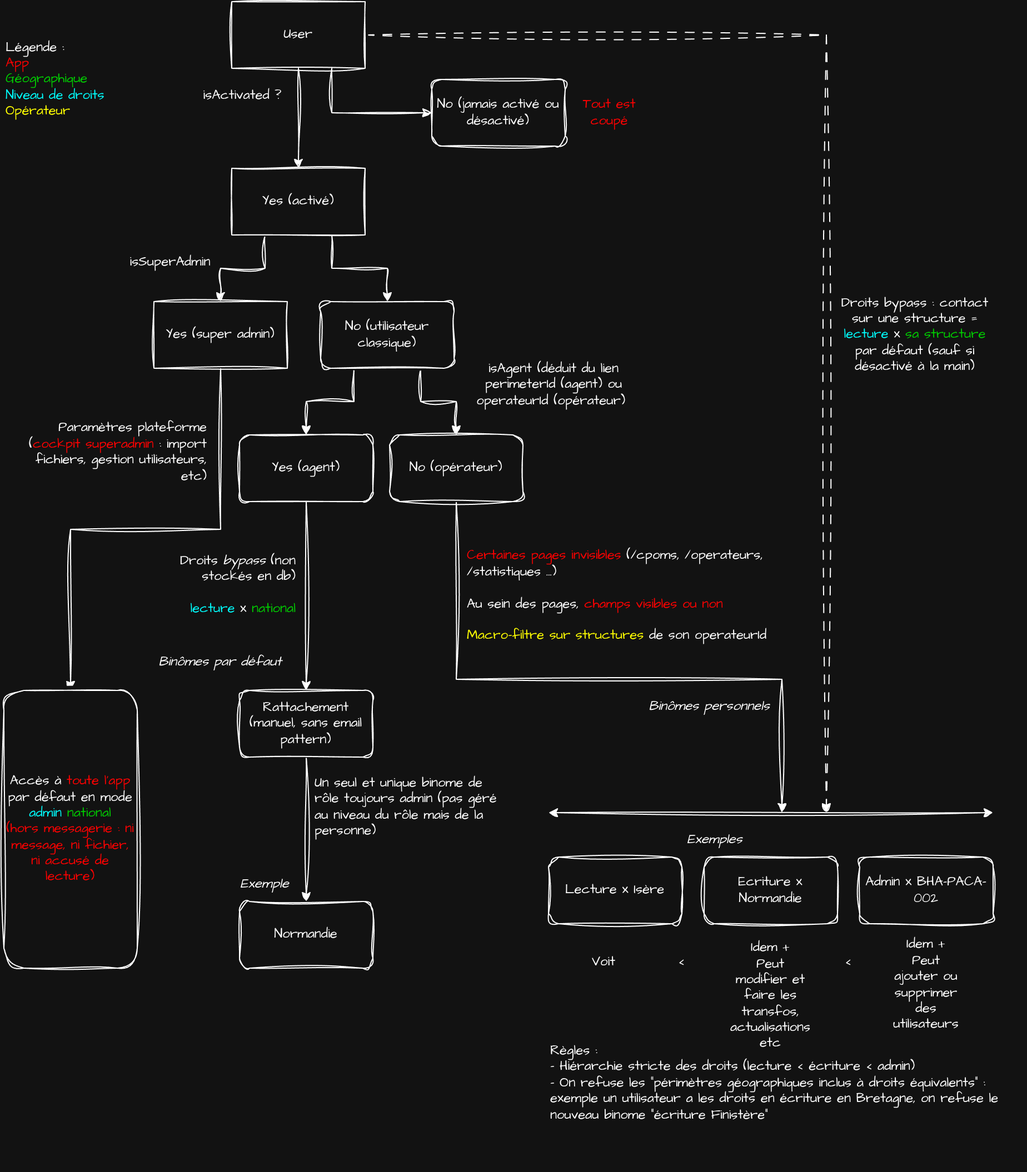
betagouv/bhasile keeps this draw.io diagram as docs/perimeters_and_grants.png. Above is the earlier version. Source tidied: cells renumbered, new cells last; positions are measured from the earlier drawing's top-left corner, leaving out a move shared by most shapes.
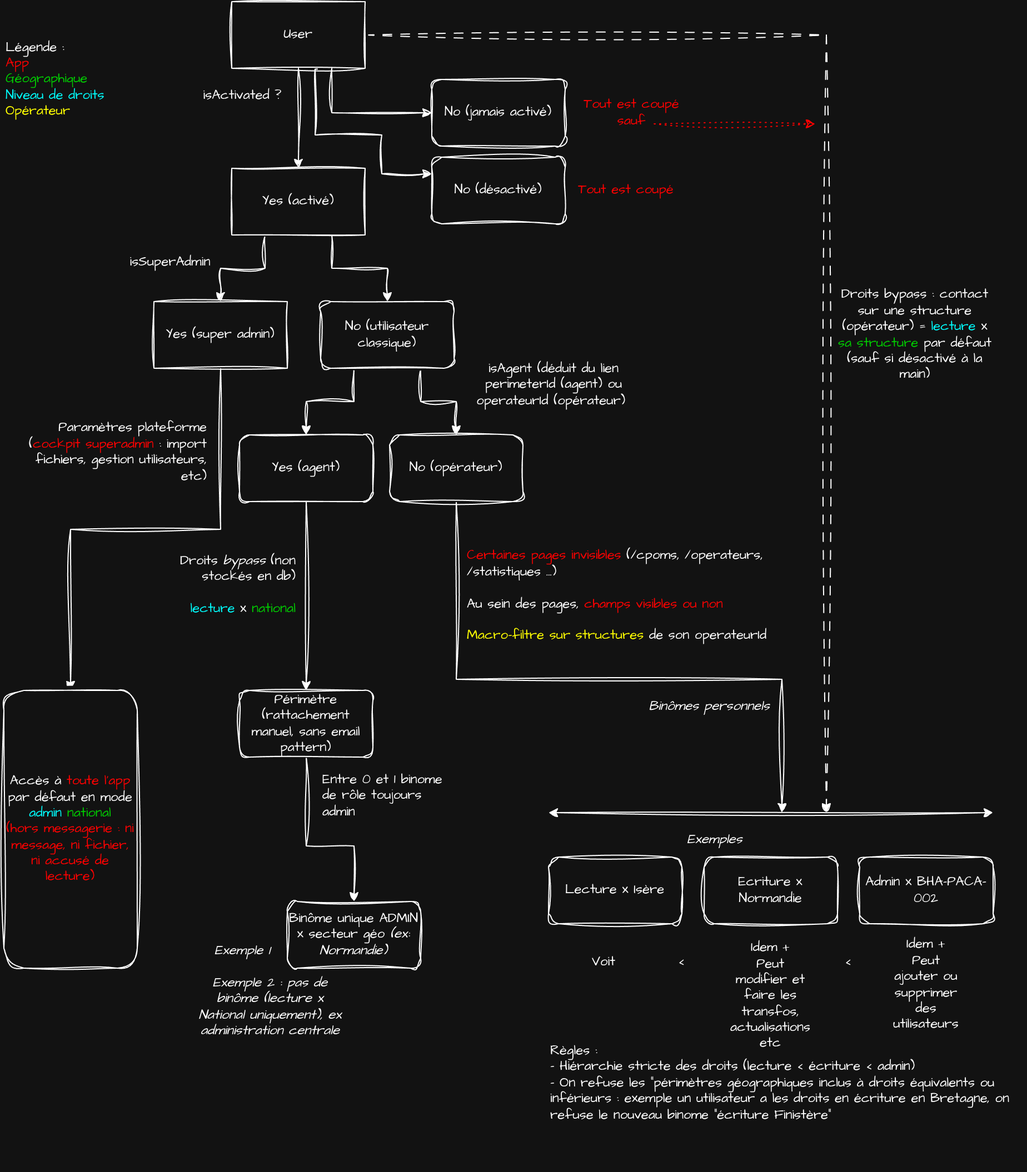
After the change.

Change to the diagram source:
```diff
@@ -20,13 +20,13 @@
     <mxCell id="7" value="&lt;div&gt;&lt;span style=&quot;font-variant-ligatures: normal; font-variant-caps: normal; letter-spacing: normal; orphans: 2; text-indent: 0px; text-transform: none; widows: 2; word-spacing: 0px; -webkit-text-stroke-width: 0px; white-space: normal; float: none; display: inline !important;&quot;&gt;Paramètres plateforme (&lt;span style=&quot;color: light-dark(rgb(0, 0, 0), rgb(255, 0, 0));&quot;&gt;cockpit superadmin &lt;/span&gt;&lt;span style=&quot;color: rgb(0, 0, 0);&quot;&gt;:&lt;/span&gt;&amp;nbsp;import fichiers, gestion utilisateurs, etc)&lt;/span&gt;&lt;/div&gt;&lt;span style=&quot;font-variant-ligatures: normal; font-variant-caps: normal; letter-spacing: normal; orphans: 2; text-indent: 0px; text-transform: none; widows: 2; word-spacing: 0px; -webkit-text-stroke-width: 0px; white-space: normal; float: none; display: inline !important;&quot;&gt;&lt;div&gt;&lt;span style=&quot;font-variant-ligatures: normal; font-variant-caps: normal; letter-spacing: normal; orphans: 2; text-indent: 0px; text-transform: none; widows: 2; word-spacing: 0px; -webkit-text-stroke-width: 0px; white-space: normal; float: none; display: inline !important;&quot;&gt;&lt;br&gt;&lt;/span&gt;&lt;/div&gt;&lt;br&gt;&lt;/span&gt;" style="text;whiteSpace=wrap;html=1;fontFamily=Architects Daughter;fontSource=https%3A%2F%2Ffonts.googleapis.com%2Fcss%3Ffamily%3DArchitects%2BDaughter;align=right;fontSize=12;fontColor=default;fontStyle=0;verticalAlign=middle;" parent="1" vertex="1">
       <mxGeometry x="10" y="400" width="175" height="40" as="geometry" />
     </mxCell>
-    <mxCell id="8" value="&lt;i&gt;Exemple&lt;/i&gt;" style="text;html=1;whiteSpace=wrap;strokeColor=none;fillColor=none;align=center;verticalAlign=middle;rounded=0;fontFamily=Architects Daughter;fontSource=https%3A%2F%2Ffonts.googleapis.com%2Fcss%3Ffamily%3DArchitects%2BDaughter;" parent="1" vertex="1">
-      <mxGeometry x="205" y="780" width="60" height="30" as="geometry" />
+    <mxCell id="8" value="&lt;i&gt;Exemple 1&lt;/i&gt;" style="text;html=1;whiteSpace=wrap;strokeColor=none;fillColor=none;align=center;verticalAlign=middle;rounded=0;fontFamily=Architects Daughter;fontSource=https%3A%2F%2Ffonts.googleapis.com%2Fcss%3Ffamily%3DArchitects%2BDaughter;" parent="1" vertex="1">
+      <mxGeometry x="185" y="840" width="60" height="30" as="geometry" />
     </mxCell>
-    <mxCell id="9" value="Normandie" style="rounded=1;whiteSpace=wrap;html=1;roundedPerimeter=1;sketch=1;hachureGap=4;jiggle=2;curveFitting=1;fontFamily=Architects Daughter;fontSource=https%3A%2F%2Ffonts.googleapis.com%2Fcss%3Ffamily%3DArchitects%2BDaughter;" parent="1" vertex="1">
-      <mxGeometry x="212" y="810" width="120" height="60" as="geometry" />
+    <mxCell id="9" value="Binôme unique ADMIN x secteur géo &lt;i&gt;(ex: Normandie)&lt;/i&gt;" style="rounded=1;whiteSpace=wrap;html=1;roundedPerimeter=1;sketch=1;hachureGap=4;jiggle=2;curveFitting=1;fontFamily=Architects Daughter;fontSource=https%3A%2F%2Ffonts.googleapis.com%2Fcss%3Ffamily%3DArchitects%2BDaughter;" parent="1" vertex="1">
+      <mxGeometry x="255" y="810" width="120" height="60" as="geometry" />
     </mxCell>
-    <mxCell id="10" value="Règles :&amp;nbsp;&lt;div&gt;- Hiérarchie stricte des droits (lecture &amp;lt; écriture &amp;lt; admin)&lt;/div&gt;&lt;div&gt;- On refuse les &quot;périmètres géographiques inclus à droits équivalents&quot; : exemple un utilisateur a les droits en écriture en Bretagne, on refuse le nouveau binome &quot;écriture Finistère&quot;&lt;/div&gt;&lt;div&gt;&lt;br&gt;&lt;/div&gt;&lt;div&gt;&lt;br&gt;&lt;/div&gt;&lt;div&gt;&lt;br&gt;&lt;/div&gt;" style="text;html=1;whiteSpace=wrap;strokeColor=none;fillColor=none;align=left;verticalAlign=middle;rounded=0;fontFamily=Architects Daughter;fontSource=https%3A%2F%2Ffonts.googleapis.com%2Fcss%3Ffamily%3DArchitects%2BDaughter;" parent="1" vertex="1">
+    <mxCell id="10" value="Règles :&amp;nbsp;&lt;div&gt;- Hiérarchie stricte des droits (lecture &amp;lt; écriture &amp;lt; admin)&lt;/div&gt;&lt;div&gt;- On refuse les &quot;périmètres géographiques inclus à droits équivalents ou inférieurs : exemple un utilisateur a les droits en écriture en Bretagne, on refuse le nouveau binome &quot;écriture Finistère&quot;&lt;/div&gt;&lt;div&gt;&lt;br&gt;&lt;/div&gt;&lt;div&gt;&lt;br&gt;&lt;/div&gt;&lt;div&gt;&lt;br&gt;&lt;/div&gt;" style="text;html=1;whiteSpace=wrap;strokeColor=none;fillColor=none;align=left;verticalAlign=middle;rounded=0;fontFamily=Architects Daughter;fontSource=https%3A%2F%2Ffonts.googleapis.com%2Fcss%3Ffamily%3DArchitects%2BDaughter;" parent="1" vertex="1">
       <mxGeometry x="490" y="970" width="430" height="50" as="geometry" />
     </mxCell>
     <mxCell id="11" value="&lt;span style=&quot;color: light-dark(rgb(0, 0, 0), rgb(255, 0, 0));&quot;&gt;Certaines pages invisibles&lt;/span&gt; (/cpoms, /operateurs, /statistiques ...)&lt;div&gt;&lt;br&gt;&lt;/div&gt;&lt;span style=&quot;background-color: transparent; color: light-dark(#000000, var(--ge-light-color, #ffffff));&quot;&gt;Au sein des pages, &lt;/span&gt;&lt;span style=&quot;background-color: transparent; color: light-dark(rgb(0, 0, 0), rgb(255, 0, 0));&quot;&gt;champs visibles ou non&lt;/span&gt;&lt;div&gt;&lt;br&gt;&lt;/div&gt;&lt;div&gt;&lt;span style=&quot;color: light-dark(rgb(0, 0, 0), rgb(255, 255, 0));&quot;&gt;Macro-filtre sur structures&lt;/span&gt; de son operateurId&lt;/div&gt;" style="text;html=1;whiteSpace=wrap;strokeColor=none;fillColor=none;align=left;verticalAlign=middle;rounded=0;fontFamily=Architects Daughter;fontSource=https%3A%2F%2Ffonts.googleapis.com%2Fcss%3Ffamily%3DArchitects%2BDaughter;" parent="1" vertex="1">
@@ -46,14 +46,24 @@
         <mxPoint x="740" y="730" as="targetPoint" />
       </mxGeometry>
     </mxCell>
+    <mxCell id="47" style="edgeStyle=orthogonalEdgeStyle;rounded=0;sketch=1;hachureGap=4;jiggle=2;curveFitting=1;jettySize=auto;html=1;exitX=0.642;exitY=1.011;exitDx=0;exitDy=0;entryX=0;entryY=0.25;entryDx=0;entryDy=0;fontFamily=Architects Daughter;fontSource=https%3A%2F%2Ffonts.googleapis.com%2Fcss%3Ffamily%3DArchitects%2BDaughter;defaultLabelBackgroundColor=page;exitPerimeter=0;" parent="1" edge="1" source="16" target="49">
+      <mxGeometry x="0.14" relative="1" as="geometry">
+        <Array as="points">
+          <mxPoint x="280" y="60.7" />
+          <mxPoint x="280" y="120" />
+          <mxPoint x="340" y="120" />
+          <mxPoint x="340" y="155" />
+        </Array>
+      </mxGeometry>
+    </mxCell>
     <mxCell id="16" value="User" style="rounded=0;whiteSpace=wrap;html=1;sketch=1;hachureGap=4;jiggle=2;curveFitting=1;fontFamily=Architects Daughter;fontSource=https%3A%2F%2Ffonts.googleapis.com%2Fcss%3Ffamily%3DArchitects%2BDaughter;" parent="1" vertex="1">
       <mxGeometry x="205" width="120" height="60" as="geometry" />
     </mxCell>
-    <mxCell id="17" value="No (jamais activé ou désactivé)" style="rounded=1;whiteSpace=wrap;html=1;roundedPerimeter=1;sketch=1;hachureGap=4;jiggle=2;curveFitting=1;fontFamily=Architects Daughter;fontSource=https%3A%2F%2Ffonts.googleapis.com%2Fcss%3Ffamily%3DArchitects%2BDaughter;" parent="1" vertex="1">
+    <mxCell id="17" value="No (jamais activé)" style="rounded=1;whiteSpace=wrap;html=1;roundedPerimeter=1;sketch=1;hachureGap=4;jiggle=2;curveFitting=1;fontFamily=Architects Daughter;fontSource=https%3A%2F%2Ffonts.googleapis.com%2Fcss%3Ffamily%3DArchitects%2BDaughter;" parent="1" vertex="1">
       <mxGeometry x="385" y="70" width="120" height="60" as="geometry" />
     </mxCell>
-    <mxCell id="18" value="Tout est coupé" style="text;html=1;whiteSpace=wrap;strokeColor=none;fillColor=none;align=center;verticalAlign=middle;rounded=0;fontFamily=Architects Daughter;fontSource=https%3A%2F%2Ffonts.googleapis.com%2Fcss%3Ffamily%3DArchitects%2BDaughter;fontColor=light-dark(#000000,#FF0000);" parent="1" vertex="1">
-      <mxGeometry x="515" y="85" width="60" height="30" as="geometry" />
+    <mxCell id="18" value="Tout est coupé sauf" style="text;html=1;whiteSpace=wrap;strokeColor=none;fillColor=none;align=center;verticalAlign=middle;rounded=0;fontFamily=Architects Daughter;fontSource=https%3A%2F%2Ffonts.googleapis.com%2Fcss%3Ffamily%3DArchitects%2BDaughter;fontColor=light-dark(#000000,#FF0000);" parent="1" vertex="1">
+      <mxGeometry x="515" y="85" width="100" height="30" as="geometry" />
     </mxCell>
     <mxCell id="19" style="edgeStyle=orthogonalEdgeStyle;rounded=0;sketch=1;hachureGap=4;jiggle=2;curveFitting=1;jettySize=auto;html=1;exitX=0.5;exitY=1;exitDx=0;exitDy=0;entryX=0.5;entryY=0;entryDx=0;entryDy=0;fontFamily=Architects Daughter;fontSource=https%3A%2F%2Ffonts.googleapis.com%2Fcss%3Ffamily%3DArchitects%2BDaughter;defaultLabelBackgroundColor=page;" parent="1" edge="1" source="20" target="32">
       <mxGeometry relative="1" as="geometry" />
@@ -98,14 +108,16 @@
       <mxGeometry y="620" width="120" height="250" as="geometry" />
     </mxCell>
     <mxCell id="31" style="edgeStyle=orthogonalEdgeStyle;rounded=0;sketch=1;hachureGap=4;jiggle=2;curveFitting=1;jettySize=auto;html=1;exitX=0.5;exitY=1;exitDx=0;exitDy=0;fontFamily=Architects Daughter;fontSource=https%3A%2F%2Ffonts.googleapis.com%2Fcss%3Ffamily%3DArchitects%2BDaughter;defaultLabelBackgroundColor=page;" parent="1" edge="1" source="32" target="9">
-      <mxGeometry relative="1" as="geometry" />
+      <mxGeometry relative="1" as="geometry">
+        <Array as="points">
+          <mxPoint x="272" y="760" />
+          <mxPoint x="315" y="760" />
+        </Array>
+      </mxGeometry>
     </mxCell>
-    <mxCell id="32" value="Rattachement (manuel, sans email pattern)" style="rounded=1;whiteSpace=wrap;html=1;roundedPerimeter=1;sketch=1;hachureGap=4;jiggle=2;curveFitting=1;fontFamily=Architects Daughter;fontSource=https%3A%2F%2Ffonts.googleapis.com%2Fcss%3Ffamily%3DArchitects%2BDaughter;" parent="1" vertex="1">
+    <mxCell id="32" value="Périmètre (rattachement manuel, sans email pattern)" style="rounded=1;whiteSpace=wrap;html=1;roundedPerimeter=1;sketch=1;hachureGap=4;jiggle=2;curveFitting=1;fontFamily=Architects Daughter;fontSource=https%3A%2F%2Ffonts.googleapis.com%2Fcss%3Ffamily%3DArchitects%2BDaughter;" parent="1" vertex="1">
       <mxGeometry x="212" y="620" width="120" height="60" as="geometry" />
     </mxCell>
-    <mxCell id="33" value="Binômes par défaut" style="text;html=1;whiteSpace=wrap;strokeColor=none;fillColor=none;align=center;verticalAlign=middle;rounded=0;fontFamily=Architects Daughter;fontSource=https%3A%2F%2Ffonts.googleapis.com%2Fcss%3Ffamily%3DArchitects%2BDaughter;fontStyle=2;" parent="1" vertex="1">
-      <mxGeometry x="130" y="580" width="130" height="30" as="geometry" />
-    </mxCell>
     <mxCell id="34" value="Binômes personnels" style="text;html=1;whiteSpace=wrap;strokeColor=none;fillColor=none;align=center;verticalAlign=middle;rounded=0;fontFamily=Architects Daughter;fontSource=https%3A%2F%2Ffonts.googleapis.com%2Fcss%3Ffamily%3DArchitects%2BDaughter;fontStyle=2;" parent="1" vertex="1">
       <mxGeometry x="570" y="620" width="130" height="30" as="geometry" />
     </mxCell>
@@ -142,11 +154,26 @@
         <mxPoint x="890" y="730" as="targetPoint" />
       </mxGeometry>
     </mxCell>
-    <mxCell id="45" value="Un seul et unique binome de rôle toujours admin (pas géré au niveau du rôle mais de la personne)" style="text;html=1;whiteSpace=wrap;strokeColor=none;fillColor=none;align=left;verticalAlign=middle;rounded=0;fontFamily=Architects Daughter;fontSource=https%3A%2F%2Ffonts.googleapis.com%2Fcss%3Ffamily%3DArchitects%2BDaughter;" parent="1" vertex="1">
-      <mxGeometry x="278" y="710" width="175" height="30" as="geometry" />
+    <mxCell id="45" value="Entre 0 et 1 binome de rôle toujours admin" style="text;html=1;whiteSpace=wrap;strokeColor=none;fillColor=none;align=left;verticalAlign=middle;rounded=0;fontFamily=Architects Daughter;fontSource=https%3A%2F%2Ffonts.googleapis.com%2Fcss%3Ffamily%3DArchitects%2BDaughter;" parent="1" vertex="1">
+      <mxGeometry x="285" y="700" width="120" height="30" as="geometry" />
     </mxCell>
-    <mxCell id="46" value="&lt;span style=&quot;text-align: left;&quot;&gt;Droits bypass : contact sur une structure = &lt;/span&gt;&lt;span style=&quot;text-align: left; background-color: transparent; color: light-dark(rgb(0, 0, 0), rgb(0, 255, 255));&quot;&gt;lecture&lt;/span&gt;&lt;span style=&quot;text-align: left; background-color: transparent;&quot;&gt; x &lt;/span&gt;&lt;span style=&quot;text-align: left; background-color: transparent; color: light-dark(rgb(0, 0, 0), rgb(0, 204, 0));&quot;&gt;sa structure &lt;/span&gt;&lt;span style=&quot;text-align: left; background-color: transparent; color: light-dark(rgb(0, 0, 0), rgb(255, 255, 255));&quot;&gt;par défaut (sauf si désactivé à la main)&lt;/span&gt;" style="text;html=1;whiteSpace=wrap;strokeColor=none;fillColor=none;align=center;verticalAlign=middle;rounded=0;fontFamily=Architects Daughter;fontSource=https%3A%2F%2Ffonts.googleapis.com%2Fcss%3Ffamily%3DArchitects%2BDaughter;" parent="1" vertex="1">
+    <mxCell id="46" value="&lt;span style=&quot;text-align: left;&quot;&gt;Droits bypass : contact sur une structure (opérateur) = &lt;/span&gt;&lt;span style=&quot;text-align: left; background-color: transparent; color: light-dark(rgb(0, 0, 0), rgb(0, 255, 255));&quot;&gt;lecture&lt;/span&gt;&lt;span style=&quot;text-align: left; background-color: transparent;&quot;&gt; x &lt;/span&gt;&lt;span style=&quot;text-align: left; background-color: transparent; color: light-dark(rgb(0, 0, 0), rgb(0, 204, 0));&quot;&gt;sa structure &lt;/span&gt;&lt;span style=&quot;text-align: left; background-color: transparent; color: light-dark(rgb(0, 0, 0), rgb(255, 255, 255));&quot;&gt;par défaut (sauf si désactivé à la main)&lt;/span&gt;" style="text;html=1;whiteSpace=wrap;strokeColor=none;fillColor=none;align=center;verticalAlign=middle;rounded=0;fontFamily=Architects Daughter;fontSource=https%3A%2F%2Ffonts.googleapis.com%2Fcss%3Ffamily%3DArchitects%2BDaughter;" parent="1" vertex="1">
       <mxGeometry x="750" y="210" width="140" height="180" as="geometry" />
     </mxCell>
+    <mxCell id="48" value="&lt;i&gt;Exemple 2 : pas de binôme (lecture x National uniquement), ex administration centrale&lt;/i&gt;" style="text;html=1;whiteSpace=wrap;strokeColor=none;fillColor=none;align=center;verticalAlign=middle;rounded=0;fontFamily=Architects Daughter;fontSource=https%3A%2F%2Ffonts.googleapis.com%2Fcss%3Ffamily%3DArchitects%2BDaughter;" parent="1" vertex="1">
+      <mxGeometry x="170" y="890" width="140" height="30" as="geometry" />
+    </mxCell>
+    <mxCell id="49" value="No (désactivé)" style="rounded=1;whiteSpace=wrap;html=1;roundedPerimeter=1;sketch=1;hachureGap=4;jiggle=2;curveFitting=1;fontFamily=Architects Daughter;fontSource=https%3A%2F%2Ffonts.googleapis.com%2Fcss%3Ffamily%3DArchitects%2BDaughter;" parent="1" vertex="1">
+      <mxGeometry x="385" y="140" width="120" height="60" as="geometry" />
+    </mxCell>
+    <mxCell id="50" style="endArrow=classic;html=1;rounded=0;sketch=1;hachureGap=4;jiggle=2;curveFitting=1;fontFamily=Architects Daughter;fontSource=https%3A%2F%2Ffonts.googleapis.com%2Fcss%3Ffamily%3DArchitects%2BDaughter;defaultLabelBackgroundColor=page;fillColor=#a20025;strokeColor=light-dark(#000000,#FF0000);dashed=1;dashPattern=1 4;" parent="1" edge="1">
+      <mxGeometry relative="1" as="geometry">
+        <mxPoint x="585" y="110" as="sourcePoint" />
+        <mxPoint x="730" y="110" as="targetPoint" />
+      </mxGeometry>
+    </mxCell>
+    <mxCell id="51" value="Tout est coupé" style="text;html=1;whiteSpace=wrap;strokeColor=none;fillColor=none;align=center;verticalAlign=middle;rounded=0;fontFamily=Architects Daughter;fontSource=https%3A%2F%2Ffonts.googleapis.com%2Fcss%3Ffamily%3DArchitects%2BDaughter;fontColor=light-dark(#000000,#FF0000);" parent="1" vertex="1">
+      <mxGeometry x="510" y="155" width="100" height="30" as="geometry" />
+    </mxCell>
   </root>
 </mxGraphModel>
```
